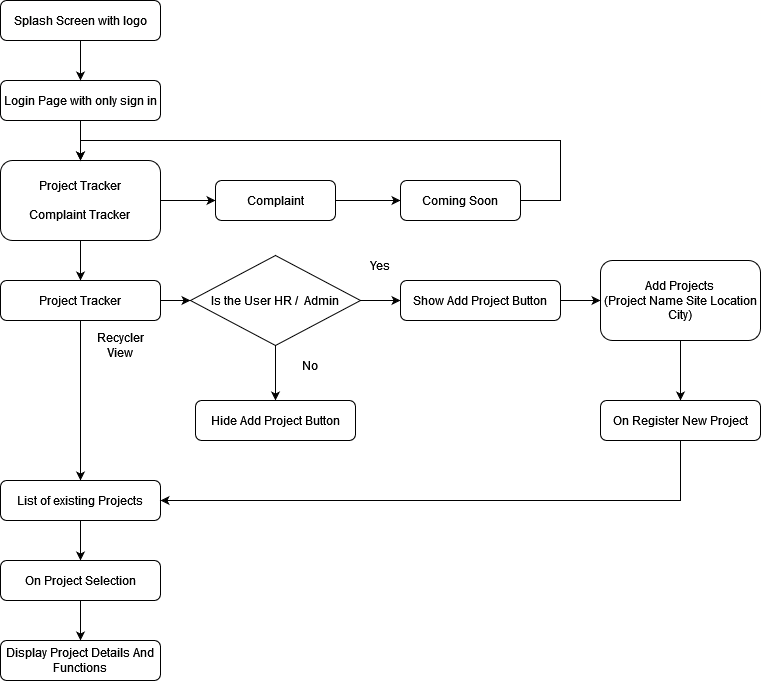
This is DFD.drawio.png from Flutech-cmr/DataFlowDiagrams, a draw.io export, as it was before one commit. Source tidied: cells renumbered, new cells last; positions are measured from the earlier drawing's top-left corner, leaving out a move shared by most shapes.
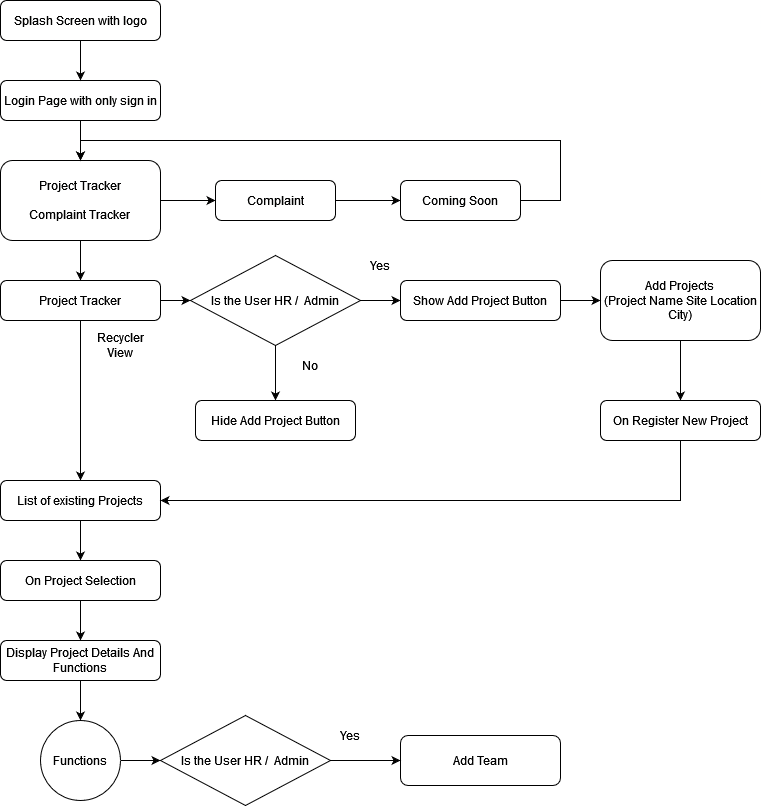
The same file after the commit.

What changed in the source:
```diff
@@ -95,6 +95,9 @@
     <mxCell id="32" style="edgeStyle=orthogonalEdgeStyle;rounded=0;orthogonalLoop=1;jettySize=auto;html=1;exitX=0.5;exitY=1;exitDx=0;exitDy=0;" parent="1" edge="1" source="31" target="31">
       <mxGeometry relative="1" as="geometry" />
     </mxCell>
+    <mxCell id="35" style="edgeStyle=orthogonalEdgeStyle;rounded=0;jettySize=auto;html=1;" parent="1" edge="1" source="33" target="37">
+      <mxGeometry relative="1" as="geometry" />
+    </mxCell>
     <mxCell id="33" value="Display Project Details And Functions" style="rounded=1;whiteSpace=wrap;html=1;" parent="1" vertex="1">
       <mxGeometry y="640" width="160" height="40" as="geometry" />
     </mxCell>
@@ -107,5 +110,23 @@
         </Array>
       </mxGeometry>
     </mxCell>
+    <mxCell id="36" style="edgeStyle=orthogonalEdgeStyle;rounded=0;jettySize=auto;html=1;" parent="1" edge="1" source="37" target="40">
+      <mxGeometry relative="1" as="geometry" />
+    </mxCell>
+    <mxCell id="37" value="Functions" style="ellipse;whiteSpace=wrap;html=1;" parent="1" vertex="1">
+      <mxGeometry x="40" y="720" width="80" height="80" as="geometry" />
+    </mxCell>
+    <mxCell id="38" value="Add Team" style="rounded=1;whiteSpace=wrap;html=1;" parent="1" vertex="1">
+      <mxGeometry x="400" y="735" width="160" height="50" as="geometry" />
+    </mxCell>
+    <mxCell id="39" style="edgeStyle=orthogonalEdgeStyle;rounded=0;jettySize=auto;html=1;" parent="1" edge="1" source="40" target="38">
+      <mxGeometry relative="1" as="geometry" />
+    </mxCell>
+    <mxCell id="40" value="Is the User HR /&amp;nbsp; Admin" style="rhombus;whiteSpace=wrap;html=1;" parent="1" vertex="1">
+      <mxGeometry x="160" y="715" width="170" height="90" as="geometry" />
+    </mxCell>
+    <mxCell id="41" value="Yes" style="text;html=1;strokeColor=none;fillColor=none;align=center;verticalAlign=middle;whiteSpace=wrap;rounded=0;" parent="1" vertex="1">
+      <mxGeometry x="320" y="720" width="60" height="30" as="geometry" />
+    </mxCell>
   </root>
 </mxGraphModel>
```
